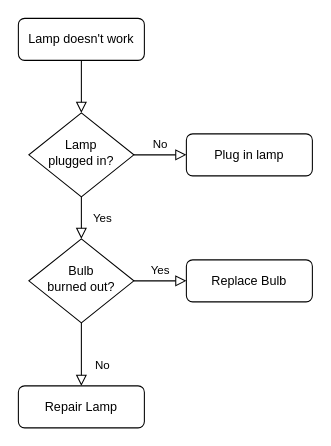
Above: day11 - blackjack.drawio in the8ill/100_days_Python_bootcamp (draw.io), before the change. Source tidied: cells renumbered, new cells numbered last; positions are measured from the earlier drawing's top-left corner, leaving out a move shared by most shapes. Both pictures are drawn from the tidied source at 105%, with x=0, y=0 at pixel (18, 18).
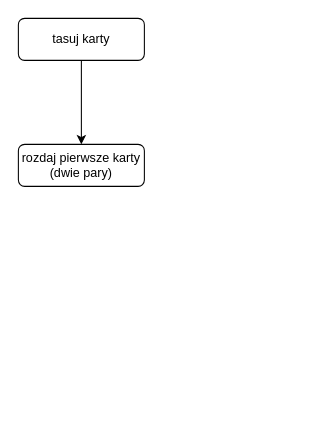
The same diagram, later.

Diff of the diagram source:
```diff
@@
 <mxGraphModel>
   <root>
     <mxCell id="0" />
     <mxCell id="1" parent="0" />
-    <mxCell id="2" style="rounded=0;html=1;jettySize=auto;fontSize=11;endArrow=block;endFill=0;endSize=8;strokeWidth=1;shadow=0;labelBackgroundColor=none;edgeStyle=orthogonalEdgeStyle;" parent="1" edge="1" source="3" target="6">
-      <mxGeometry relative="1" as="geometry" />
-    </mxCell>
+    <mxCell id="13" style="edgeStyle=orthogonalEdgeStyle;rounded=0;jettySize=auto;html=1;" parent="1" edge="1" source="3" target="14">
+      <mxGeometry relative="1" as="geometry" />
+    </mxCell>
-    <mxCell id="3" value="Lamp doesn't work" style="rounded=1;whiteSpace=wrap;html=1;fontSize=12;glass=0;strokeWidth=1;shadow=0;" parent="1" vertex="1">
+    <mxCell id="3" value="tasuj karty" style="rounded=1;whiteSpace=wrap;html=1;fontSize=12;glass=0;strokeWidth=1;shadow=0;" parent="1" vertex="1">
       <mxGeometry width="120" height="40" as="geometry" />
     </mxCell>
-    <mxCell id="4" value="Yes" style="rounded=0;html=1;jettySize=auto;fontSize=11;endArrow=block;endFill=0;endSize=8;strokeWidth=1;shadow=0;labelBackgroundColor=none;edgeStyle=orthogonalEdgeStyle;" parent="1" edge="1" source="6" target="10">
-      <mxGeometry y="20" relative="1" as="geometry" />
-    </mxCell>
-    <mxCell id="5" value="No" style="edgeStyle=orthogonalEdgeStyle;rounded=0;html=1;jettySize=auto;fontSize=11;endArrow=block;endFill=0;endSize=8;strokeWidth=1;shadow=0;labelBackgroundColor=none;" parent="1" edge="1" source="6" target="7">
-      <mxGeometry y="10" relative="1" as="geometry" />
-    </mxCell>
-    <mxCell id="6" value="Lamp&lt;br&gt;plugged in?" style="rhombus;whiteSpace=wrap;html=1;shadow=0;fontFamily=Helvetica;fontSize=12;align=center;strokeWidth=1;spacing=6;spacingTop=-4;" parent="1" vertex="1">
-      <mxGeometry x="10" y="90" width="100" height="80" as="geometry" />
-    </mxCell>
-    <mxCell id="7" value="Plug in lamp" style="rounded=1;whiteSpace=wrap;html=1;fontSize=12;glass=0;strokeWidth=1;shadow=0;" parent="1" vertex="1">
-      <mxGeometry x="160" y="110" width="120" height="40" as="geometry" />
-    </mxCell>
-    <mxCell id="8" value="No" style="rounded=0;html=1;jettySize=auto;fontSize=11;endArrow=block;endFill=0;endSize=8;strokeWidth=1;shadow=0;labelBackgroundColor=none;edgeStyle=orthogonalEdgeStyle;" parent="1" edge="1" source="10" target="11">
-      <mxGeometry x="0.33" y="20" relative="1" as="geometry" />
-    </mxCell>
-    <mxCell id="9" value="Yes" style="edgeStyle=orthogonalEdgeStyle;rounded=0;html=1;jettySize=auto;fontSize=11;endArrow=block;endFill=0;endSize=8;strokeWidth=1;shadow=0;labelBackgroundColor=none;" parent="1" edge="1" source="10" target="12">
-      <mxGeometry y="10" relative="1" as="geometry" />
-    </mxCell>
-    <mxCell id="10" value="Bulb&lt;br&gt;burned out?" style="rhombus;whiteSpace=wrap;html=1;shadow=0;fontFamily=Helvetica;fontSize=12;align=center;strokeWidth=1;spacing=6;spacingTop=-4;" parent="1" vertex="1">
-      <mxGeometry x="10" y="210" width="100" height="80" as="geometry" />
-    </mxCell>
-    <mxCell id="11" value="Repair Lamp" style="rounded=1;whiteSpace=wrap;html=1;fontSize=12;glass=0;strokeWidth=1;shadow=0;" parent="1" vertex="1">
-      <mxGeometry y="350" width="120" height="40" as="geometry" />
-    </mxCell>
-    <mxCell id="12" value="Replace Bulb" style="rounded=1;whiteSpace=wrap;html=1;fontSize=12;glass=0;strokeWidth=1;shadow=0;" parent="1" vertex="1">
-      <mxGeometry x="160" y="230" width="120" height="40" as="geometry" />
-    </mxCell>
+    <mxCell id="14" value="rozdaj pierwsze karty&lt;br&gt;(dwie pary)" style="rounded=1;whiteSpace=wrap;html=1;fontSize=12;glass=0;strokeWidth=1;shadow=0;" parent="1" vertex="1">
+      <mxGeometry y="120" width="120" height="40" as="geometry" />
+    </mxCell>
   </root>
 </mxGraphModel>
```
